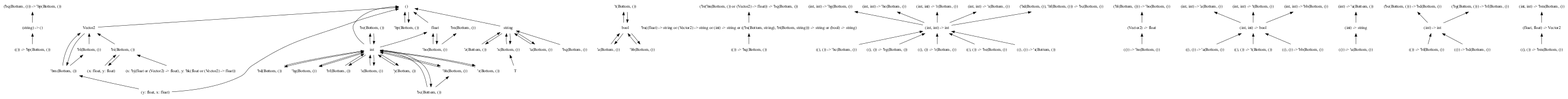
Before: dots/png/0.dot.png, a diagram exported from Graphviz (chocobo333/regino). Its source is kept beside it as dots/0.dot.
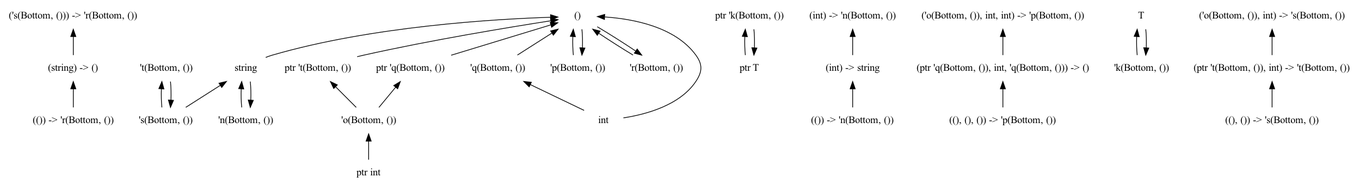
The same diagram one commit later.

Diff of the diagram source:
```diff
@@ -10,53 +10,31 @@
     ];
   "(string) -> ()"
   "(()) -> ()"
+  "(ptr ~int, int) -> ~int"
   "string"
-  "Vector2"
-  "(()) -> 'bw(Bottom, ())"
-  "'bu()"
-  "(()) -> float"
-  "T"
-  "('br(float or (Vector2) -> float)) -> string"
-  "(int) -> 'bw(Bottom, ())"
-  "((), ()) -> Vector2"
-  "(int, int) -> Vector2"
+  "(ptr int, int, int) -> ()"
   "((), ()) -> int"
-  "(int) -> int"
-  "(int, int) -> int"
   "()"
-  "(int, int) -> bool"
-  "(float, float) -> Vector2"
+  "(int) -> 'x(Bottom, ())"
+  "(()) -> 'x(Bottom, ())"
+  "ptr int"
+  "((), (), ()) -> ()"
   "(()) -> string"
-  "'bw(Bottom, ())"
-  "(int) -> float"
-  "(Vector2) -> float"
-  "(y: float, x: float)"
+  "(int) -> ()"
   "(int) -> string"
-  "float"
-  "(()) -> int"
+  "'x(Bottom, ())"
   "int"
-  "((), ()) -> bool"
   "(string) -> ()" -> "(()) -> ()"
-  "string" -> "T"
-  "Vector2" -> "(y: float, x: float)"
-  "'bu()" -> "(()) -> string"
-  "('br(float or (Vector2) -> float)) -> string" -> "'bu()"
-  "(int) -> 'bw(Bottom, ())" -> "(int) -> float"
-  "(int, int) -> Vector2" -> "(float, float) -> Vector2"
-  "(int) -> int" -> "(()) -> int"
-  "(int, int) -> int" -> "((), ()) -> int"
+  "(int) -> 'x(Bottom, ())" -> "(int) -> string"
+  "(ptr ~int, int) -> ~int" -> "((), ()) -> int"
+  "string" -> "'x(Bottom, ())"
+  "string" -> "int"
+  "(int) -> ()" -> "(string) -> ()"
+  "(int) -> string" -> "(()) -> string"
+  "(int) -> string" -> "(()) -> 'x(Bottom, ())"
+  "'x(Bottom, ())" -> "string"
+  "(ptr int, int, int) -> ()" -> "((), (), ()) -> ()"
   "()" -> "string"
-  "()" -> "Vector2"
-  "()" -> "(y: float, x: float)"
-  "()" -> "float"
   "()" -> "int"
-  "(int, int) -> bool" -> "((), ()) -> bool"
-  "(float, float) -> Vector2" -> "((), ()) -> Vector2"
-  "(int) -> float" -> "(()) -> 'bw(Bottom, ())"
-  "(int) -> float" -> "(()) -> float"
-  "(Vector2) -> float" -> "(()) -> float"
-  "'bw(Bottom, ())" -> "float"
-  "(int) -> string" -> "(()) -> string"
-  "float" -> "'bw(Bottom, ())"
-  "float" -> "int"
+  "()" -> "ptr int"
 }
```
